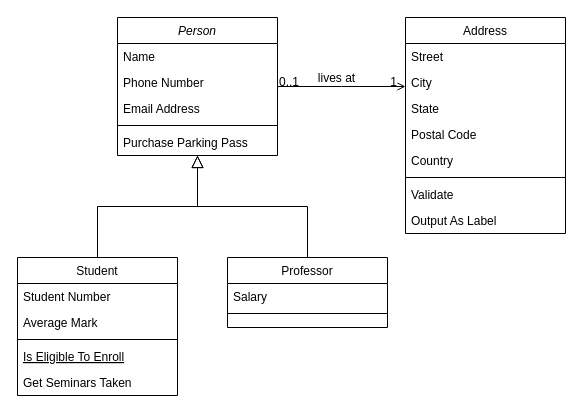
Before: croqui_001.drawio in evertonhlo/desenhos, a draw.io diagram. Source tidied: cells renumbered, new cells numbered last; positions are measured from the earlier drawing's top-left corner, leaving out a move shared by most shapes. Both pictures are drawn from the tidied source at 100%, with x=0, y=0 at pixel (17, 17).
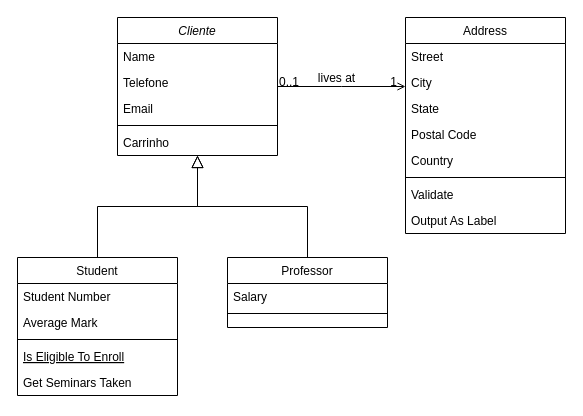
The same diagram, later.

Change to the diagram source:
```diff
@@
-    <mxCell id="2" value="Person" style="swimlane;fontStyle=2;align=center;verticalAlign=top;horizontal=1;startSize=26;rounded=0;shadow=0;strokeWidth=1;" parent="1" vertex="1">
+    <mxCell id="2" value="Cliente" style="swimlane;fontStyle=2;align=center;verticalAlign=top;horizontal=1;startSize=26;rounded=0;shadow=0;strokeWidth=1;" parent="1" vertex="1">
       <mxGeometry x="100" width="160" height="138" as="geometry" />
     </mxCell>
@@
-    <mxCell id="4" value="Phone Number" style="text;align=left;verticalAlign=top;spacingLeft=4;spacingRight=4;overflow=hidden;rounded=0;shadow=0;html=0;" parent="2" vertex="1">
+    <mxCell id="4" value="Telefone" style="text;align=left;verticalAlign=top;spacingLeft=4;spacingRight=4;overflow=hidden;rounded=0;shadow=0;html=0;" parent="2" vertex="1">
       <mxGeometry y="52" width="160" height="26" as="geometry" />
     </mxCell>
-    <mxCell id="5" value="Email Address" style="text;align=left;verticalAlign=top;spacingLeft=4;spacingRight=4;overflow=hidden;rounded=0;shadow=0;html=0;" parent="2" vertex="1">
+    <mxCell id="5" value="Email" style="text;align=left;verticalAlign=top;spacingLeft=4;spacingRight=4;overflow=hidden;rounded=0;shadow=0;html=0;" parent="2" vertex="1">
       <mxGeometry y="78" width="160" height="26" as="geometry" />
     </mxCell>
@@
-    <mxCell id="7" value="Purchase Parking Pass" style="text;align=left;verticalAlign=top;spacingLeft=4;spacingRight=4;overflow=hidden;" parent="2" vertex="1">
+    <mxCell id="7" value="Carrinho" style="text;align=left;verticalAlign=top;spacingLeft=4;spacingRight=4;overflow=hidden;" parent="2" vertex="1">
       <mxGeometry y="112" width="160" height="26" as="geometry" />
     </mxCell>
```
